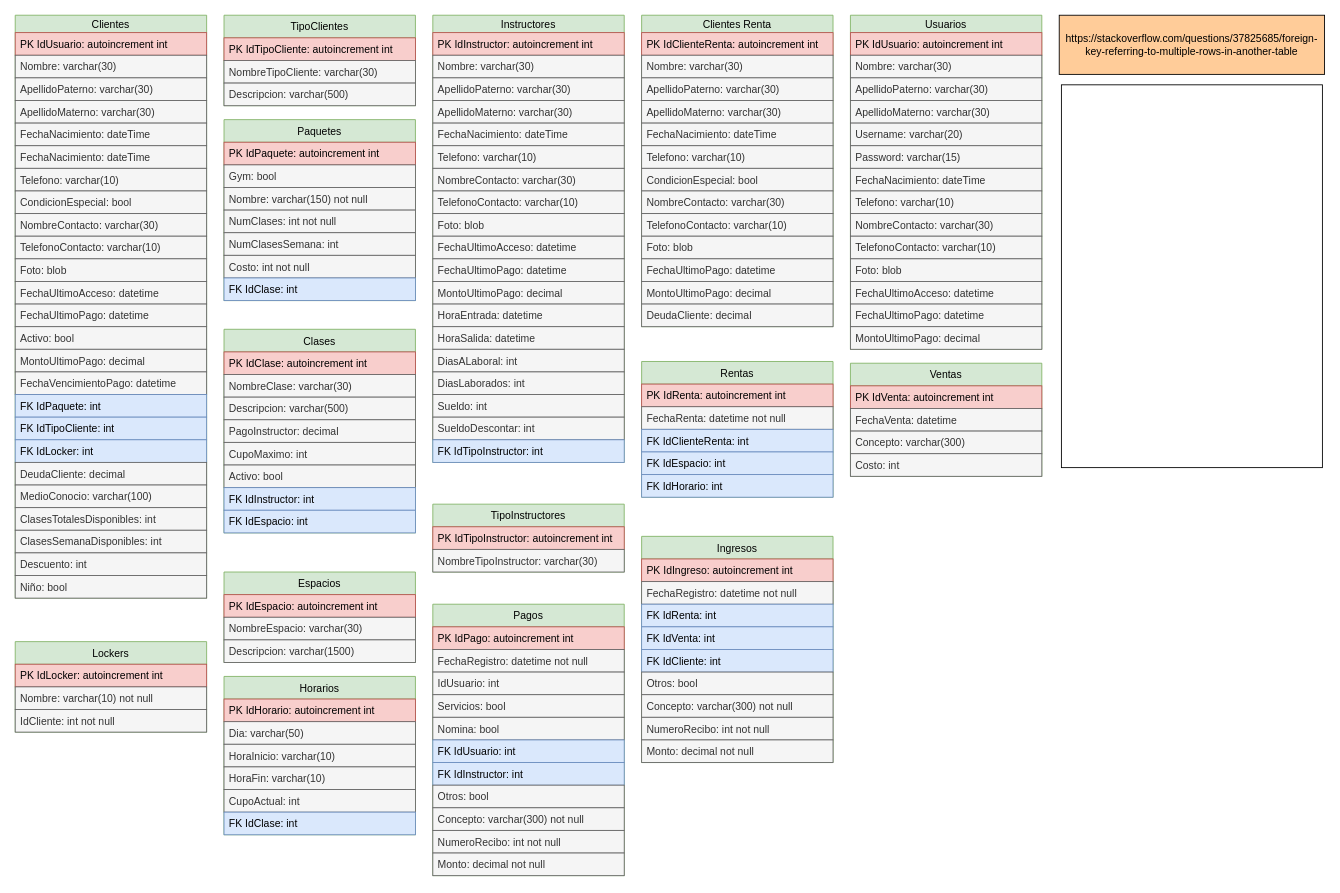
This is page "Base de Datos" (1 of 4) of GymCastillo/Docs/Diagrams/Gym.drawio from Fwxzxh/GymCastillo, a draw.io file, before an edit. Source tidied: cells renumbered, new cells numbered last; positions are measured from the earlier drawing's top-left corner, leaving out a move shared by most shapes. Both pictures are drawn from the tidied source at 87%, with x=0, y=0 at pixel (15, 15).
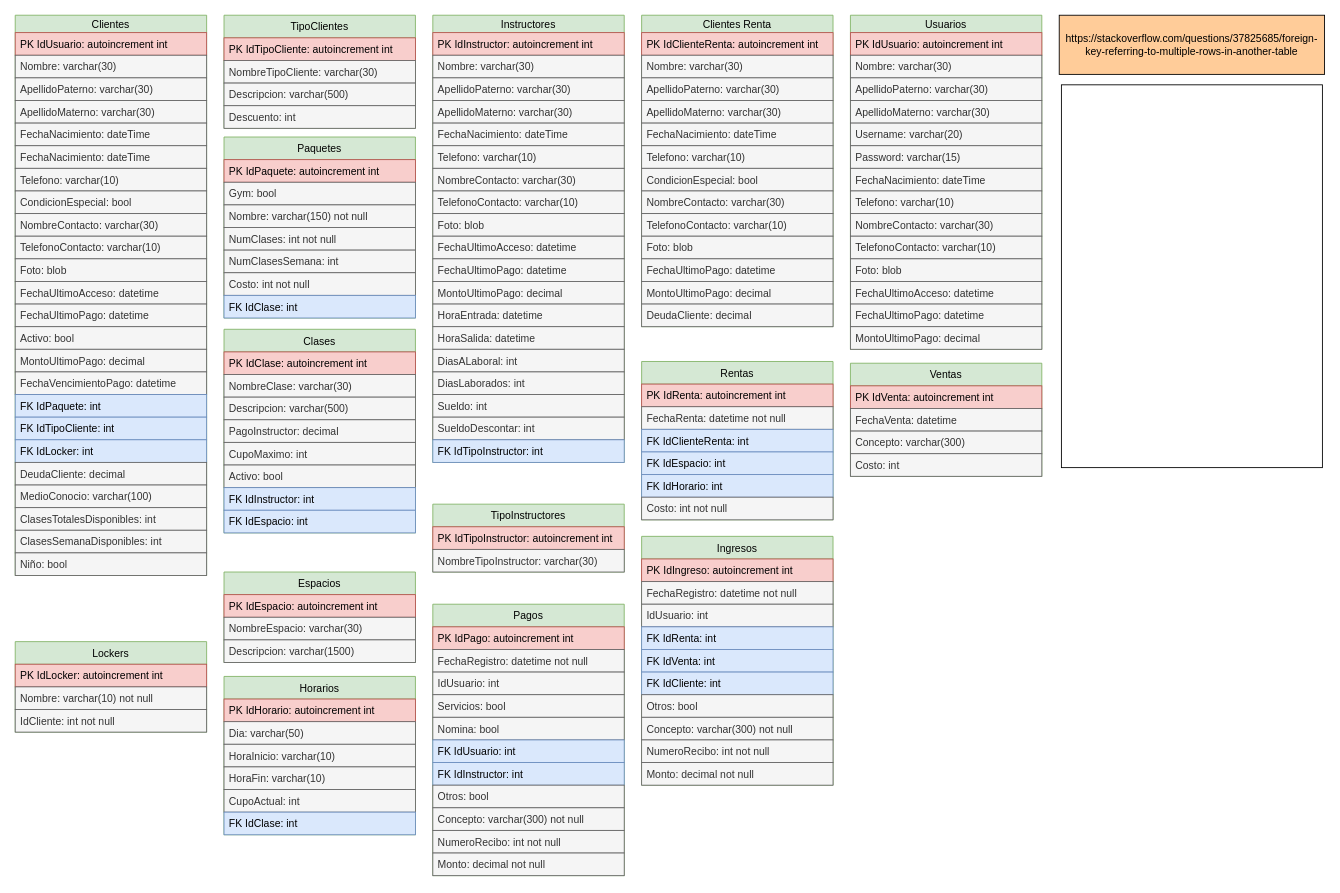
The same page after the edit.

The edit, as a diff of the source:
```diff
@@
     <mxCell id="2" value="Clientes" style="swimlane;fontStyle=0;horizontal=1;startSize=20;fillColor=#d5e8d4;strokeColor=#82b366;" parent="1" vertex="1">
-      <mxGeometry width="220" height="670" as="geometry" />
+      <mxGeometry width="220" height="644" as="geometry" />
     </mxCell>
@@
-    <mxCell id="26" value="Descuento: int" style="text;strokeColor=#666666;fillColor=#f5f5f5;align=left;verticalAlign=top;spacingLeft=4;spacingRight=4;overflow=hidden;fontColor=#333333;" parent="2" vertex="1">
-      <mxGeometry y="618" width="220" height="26" as="geometry" />
-    </mxCell>
     <mxCell id="27" value="Niño: bool" style="text;strokeColor=#666666;fillColor=#f5f5f5;align=left;verticalAlign=top;spacingLeft=4;spacingRight=4;overflow=hidden;fontColor=#333333;" parent="2" vertex="1">
-      <mxGeometry y="644" width="220" height="26" as="geometry" />
+      <mxGeometry y="618" width="220" height="26" as="geometry" />
     </mxCell>
@@
     <mxCell id="48" value="TipoClientes" style="swimlane;fontStyle=0;horizontal=1;startSize=26;fillColor=#d5e8d4;strokeColor=#82b366;" parent="1" vertex="1">
-      <mxGeometry x="240" width="220" height="104" as="geometry" />
+      <mxGeometry x="240" width="220" height="130" as="geometry" />
     </mxCell>
@@
+    <mxCell id="26" value="Descuento: int" style="text;strokeColor=#666666;fillColor=#f5f5f5;align=left;verticalAlign=top;spacingLeft=4;spacingRight=4;overflow=hidden;fontColor=#333333;" parent="48" vertex="1">
+      <mxGeometry y="104" width="220" height="26" as="geometry" />
+    </mxCell>
@@
     <mxCell id="73" value="Ingresos" style="swimlane;fontStyle=0;horizontal=1;startSize=26;fillColor=#d5e8d4;strokeColor=#82b366;" parent="1" vertex="1">
-      <mxGeometry x="720" y="599" width="220" height="260" as="geometry" />
+      <mxGeometry x="720" y="599" width="220" height="286" as="geometry" />
     </mxCell>
@@
+    <mxCell id="151" value="IdUsuario: int" style="text;strokeColor=#666666;fillColor=#f5f5f5;align=left;verticalAlign=top;spacingLeft=4;spacingRight=4;overflow=hidden;fontColor=#333333;" parent="73" vertex="1">
+      <mxGeometry y="78" width="220" height="26" as="geometry" />
+    </mxCell>
     <mxCell id="76" value="FK IdRenta: int" style="text;strokeColor=#6c8ebf;fillColor=#dae8fc;align=left;verticalAlign=top;spacingLeft=4;spacingRight=4;overflow=hidden;" parent="73" vertex="1">
-      <mxGeometry y="78" width="220" height="26" as="geometry" />
+      <mxGeometry y="104" width="220" height="26" as="geometry" />
     </mxCell>
     <mxCell id="77" value="FK IdVenta: int" style="text;strokeColor=#6c8ebf;fillColor=#dae8fc;align=left;verticalAlign=top;spacingLeft=4;spacingRight=4;overflow=hidden;" parent="73" vertex="1">
-      <mxGeometry y="104" width="220" height="26" as="geometry" />
+      <mxGeometry y="130" width="220" height="26" as="geometry" />
     </mxCell>
     <mxCell id="78" value="FK IdCliente: int" style="text;strokeColor=#6c8ebf;fillColor=#dae8fc;align=left;verticalAlign=top;spacingLeft=4;spacingRight=4;overflow=hidden;" parent="73" vertex="1">
-      <mxGeometry y="130" width="220" height="26" as="geometry" />
+      <mxGeometry y="156" width="220" height="26" as="geometry" />
     </mxCell>
     <mxCell id="79" value="Otros: bool" style="text;strokeColor=#666666;fillColor=#f5f5f5;align=left;verticalAlign=top;spacingLeft=4;spacingRight=4;overflow=hidden;fontColor=#333333;" parent="73" vertex="1">
-      <mxGeometry y="156" width="220" height="26" as="geometry" />
+      <mxGeometry y="182" width="220" height="26" as="geometry" />
     </mxCell>
     <mxCell id="80" value="Concepto: varchar(300) not null" style="text;strokeColor=#666666;fillColor=#f5f5f5;align=left;verticalAlign=top;spacingLeft=4;spacingRight=4;overflow=hidden;fontColor=#333333;" parent="73" vertex="1">
-      <mxGeometry y="182" width="220" height="26" as="geometry" />
+      <mxGeometry y="208" width="220" height="26" as="geometry" />
     </mxCell>
     <mxCell id="81" value="NumeroRecibo: int not null" style="text;strokeColor=#666666;fillColor=#f5f5f5;align=left;verticalAlign=top;spacingLeft=4;spacingRight=4;overflow=hidden;fontColor=#333333;" parent="73" vertex="1">
-      <mxGeometry y="208" width="220" height="26" as="geometry" />
+      <mxGeometry y="234" width="220" height="26" as="geometry" />
     </mxCell>
     <mxCell id="82" value="Monto: decimal not null" style="text;strokeColor=#666666;fillColor=#f5f5f5;align=left;verticalAlign=top;spacingLeft=4;spacingRight=4;overflow=hidden;fontColor=#333333;" parent="73" vertex="1">
-      <mxGeometry y="234" width="220" height="26" as="geometry" />
+      <mxGeometry y="260" width="220" height="26" as="geometry" />
     </mxCell>
@@
     <mxCell id="117" value="Rentas" style="swimlane;fontStyle=0;horizontal=1;startSize=26;fillColor=#d5e8d4;strokeColor=#82b366;" parent="1" vertex="1">
-      <mxGeometry x="720" y="398" width="220" height="156" as="geometry" />
+      <mxGeometry x="720" y="398" width="220" height="182" as="geometry" />
     </mxCell>
@@
+    <mxCell id="152" value="Costo: int not null" style="text;strokeColor=#666666;fillColor=#f5f5f5;align=left;verticalAlign=top;spacingLeft=4;spacingRight=4;overflow=hidden;fontColor=#333333;" parent="117" vertex="1">
+      <mxGeometry y="156" width="220" height="26" as="geometry" />
+    </mxCell>
     <mxCell id="123" value="Paquetes" style="swimlane;fontStyle=0;horizontal=1;startSize=26;fillColor=#d5e8d4;strokeColor=#82b366;" parent="1" vertex="1">
-      <mxGeometry x="240" y="120" width="220" height="208" as="geometry" />
+      <mxGeometry x="240" y="140" width="220" height="208" as="geometry" />
     </mxCell>
```
